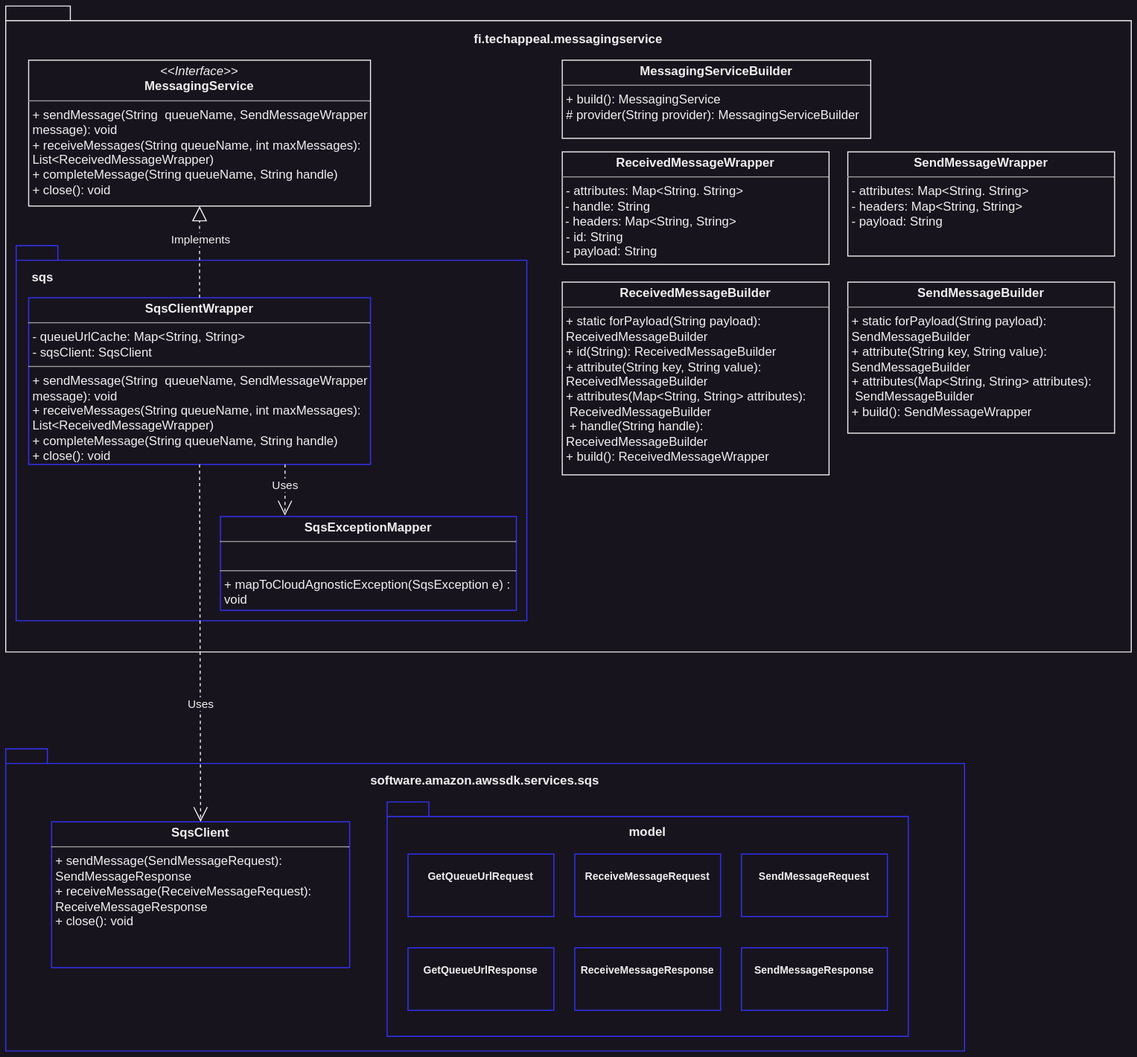
lampsa/messaging-service keeps this draw.io diagram as assets/class_diagram.svg. Above is the earlier version. Source tidied: cells renumbered, new cells last; positions are measured from the earlier drawing's top-left corner, leaving out a move shared by most shapes.
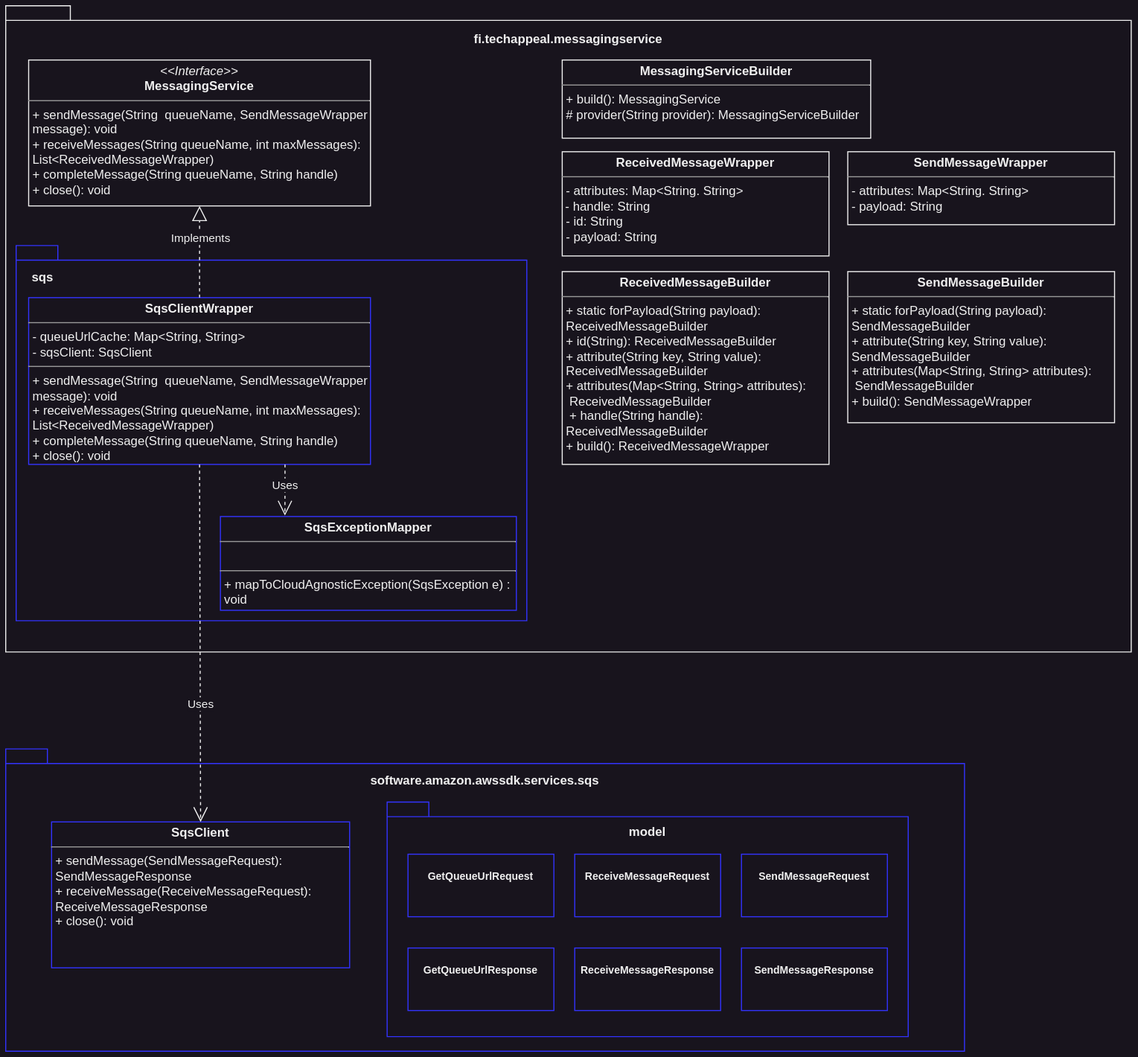
After the change.

Change to the diagram source:
```diff
@@ -35,8 +35,8 @@
     <mxCell id="12" value="&lt;p style=&quot;margin: 4px 0px 0px; text-align: center; font-size: 10px;&quot;&gt;&lt;br style=&quot;font-size: 10px;&quot;&gt;&lt;b style=&quot;font-size: 10px;&quot;&gt;SendMessageResponse&lt;/b&gt;&lt;/p&gt;" style="verticalAlign=top;align=left;overflow=fill;fontSize=10;fontFamily=Helvetica;html=1;whiteSpace=wrap;strokeColor=#3333FF;" parent="1" vertex="1">
       <mxGeometry x="706" y="904" width="140" height="60" as="geometry" />
     </mxCell>
-    <mxCell id="13" value="&lt;p style=&quot;margin:0px;margin-top:4px;text-align:center;&quot;&gt;&lt;b&gt;ReceivedMessageWrapper&lt;/b&gt;&lt;/p&gt;&lt;hr size=&quot;1&quot;&gt;&lt;p style=&quot;margin: 0px 0px 0px 4px;&quot;&gt;- attributes: Map&amp;lt;String. String&amp;gt;&lt;/p&gt;&lt;div&gt;&amp;nbsp;- handle: String&lt;br&gt;&lt;/div&gt;&lt;div&gt;&amp;nbsp;- headers: Map&amp;lt;String, String&amp;gt;&lt;/div&gt;&lt;p style=&quot;margin:0px;margin-left:4px;&quot;&gt;- id: String&lt;/p&gt;&lt;p style=&quot;margin:0px;margin-left:4px;&quot;&gt;&lt;span style=&quot;background-color: initial;&quot;&gt;- payload: String&lt;/span&gt;&lt;br&gt;&lt;/p&gt;&lt;p style=&quot;margin:0px;margin-left:4px;&quot;&gt;&lt;br&gt;&lt;/p&gt;" style="verticalAlign=top;align=left;overflow=fill;fontSize=12;fontFamily=Helvetica;html=1;whiteSpace=wrap;" parent="1" vertex="1">
-      <mxGeometry x="534" y="140" width="256" height="108" as="geometry" />
+    <mxCell id="13" value="&lt;p style=&quot;margin:0px;margin-top:4px;text-align:center;&quot;&gt;&lt;b&gt;ReceivedMessageWrapper&lt;/b&gt;&lt;/p&gt;&lt;hr size=&quot;1&quot;&gt;&lt;p style=&quot;margin: 0px 0px 0px 4px;&quot;&gt;- attributes: Map&amp;lt;String. String&amp;gt;&lt;/p&gt;&lt;div&gt;&amp;nbsp;- handle: String&lt;/div&gt;&lt;p style=&quot;margin:0px;margin-left:4px;&quot;&gt;- id: String&lt;/p&gt;&lt;p style=&quot;margin:0px;margin-left:4px;&quot;&gt;&lt;span style=&quot;background-color: initial;&quot;&gt;- payload: String&lt;/span&gt;&lt;br&gt;&lt;/p&gt;&lt;p style=&quot;margin:0px;margin-left:4px;&quot;&gt;&lt;br&gt;&lt;/p&gt;" style="verticalAlign=top;align=left;overflow=fill;fontSize=12;fontFamily=Helvetica;html=1;whiteSpace=wrap;" parent="1" vertex="1">
+      <mxGeometry x="534" y="140" width="256" height="100" as="geometry" />
     </mxCell>
     <mxCell id="14" value="sqs" style="shape=folder;fontStyle=1;spacingTop=0;tabWidth=40;tabHeight=14;tabPosition=left;html=1;labelPosition=left;verticalLabelPosition=top;align=right;verticalAlign=bottom;spacingLeft=0;spacingBottom=-38;spacing=0;spacingRight=-35;strokeColor=#3333FF;" parent="1" vertex="1">
       <mxGeometry x="10" y="230" width="490" height="360" as="geometry" />
@@ -56,13 +56,13 @@
       <mxGeometry x="0.34" relative="1" as="geometry" />
     </mxCell>
     <mxCell id="19" value="&lt;p style=&quot;margin:0px;margin-top:4px;text-align:center;&quot;&gt;&lt;b&gt;SendMessageBuilder&lt;/b&gt;&lt;/p&gt;&lt;hr size=&quot;1&quot;&gt;&lt;p style=&quot;margin: 0px 0px 0px 4px;&quot;&gt;+ static forPayload(String payload):&amp;nbsp;&lt;/p&gt;&lt;p style=&quot;margin:0px;margin-left:4px;&quot;&gt;SendMessageBuilder&lt;br&gt;&lt;/p&gt;&lt;p style=&quot;margin: 0px 0px 0px 4px;&quot;&gt;+ attribute(String key, String value):&amp;nbsp;&lt;/p&gt;&lt;p style=&quot;margin:0px;margin-left:4px;&quot;&gt;SendMessageBuilder&lt;/p&gt;&lt;p style=&quot;margin: 0px 0px 0px 4px;&quot;&gt;+ attributes(Map&amp;lt;String, String&amp;gt; attributes):&amp;nbsp;&lt;/p&gt;&lt;p style=&quot;margin:0px;margin-left:4px;&quot;&gt;&amp;nbsp;SendMessageBuilder&lt;br&gt;&lt;/p&gt;&lt;p style=&quot;margin:0px;margin-left:4px;&quot;&gt;+ build(): SendMessageWrapper&lt;/p&gt;" style="verticalAlign=top;align=left;overflow=fill;fontSize=12;fontFamily=Helvetica;html=1;whiteSpace=wrap;" parent="1" vertex="1">
-      <mxGeometry x="808" y="265" width="256" height="145" as="geometry" />
+      <mxGeometry x="808" y="255" width="256" height="145" as="geometry" />
     </mxCell>
-    <mxCell id="20" value="&lt;p style=&quot;margin:0px;margin-top:4px;text-align:center;&quot;&gt;&lt;b&gt;SendMessageWrapper&lt;/b&gt;&lt;/p&gt;&lt;hr size=&quot;1&quot;&gt;&lt;p style=&quot;margin:0px;margin-left:4px;&quot;&gt;&lt;span style=&quot;background-color: initial;&quot;&gt;- attributes: Map&amp;lt;String. String&amp;gt;&lt;/span&gt;&lt;br&gt;&lt;/p&gt;&lt;p style=&quot;margin:0px;margin-left:4px;&quot;&gt;&lt;span style=&quot;background-color: initial;&quot;&gt;- headers: Map&amp;lt;String, String&amp;gt;&lt;/span&gt;&lt;/p&gt;&lt;p style=&quot;margin:0px;margin-left:4px;&quot;&gt;- payload: String&lt;/p&gt;&lt;p style=&quot;margin:0px;margin-left:4px;&quot;&gt;&lt;br&gt;&lt;/p&gt;" style="verticalAlign=top;align=left;overflow=fill;fontSize=12;fontFamily=Helvetica;html=1;whiteSpace=wrap;" parent="1" vertex="1">
-      <mxGeometry x="808" y="140" width="256" height="100" as="geometry" />
+    <mxCell id="20" value="&lt;p style=&quot;margin:0px;margin-top:4px;text-align:center;&quot;&gt;&lt;b&gt;SendMessageWrapper&lt;/b&gt;&lt;/p&gt;&lt;hr size=&quot;1&quot;&gt;&lt;p style=&quot;margin:0px;margin-left:4px;&quot;&gt;&lt;span style=&quot;background-color: initial;&quot;&gt;- attributes: Map&amp;lt;String. String&amp;gt;&lt;/span&gt;&lt;br&gt;&lt;/p&gt;&lt;p style=&quot;margin:0px;margin-left:4px;&quot;&gt;&lt;span style=&quot;background-color: initial;&quot;&gt;- payload: String&lt;/span&gt;&lt;br&gt;&lt;/p&gt;&lt;p style=&quot;margin:0px;margin-left:4px;&quot;&gt;&lt;br&gt;&lt;/p&gt;" style="verticalAlign=top;align=left;overflow=fill;fontSize=12;fontFamily=Helvetica;html=1;whiteSpace=wrap;" parent="1" vertex="1">
+      <mxGeometry x="808" y="140" width="256" height="70" as="geometry" />
     </mxCell>
     <mxCell id="21" value="&lt;p style=&quot;margin:0px;margin-top:4px;text-align:center;&quot;&gt;&lt;b&gt;ReceivedMessageBuilder&lt;/b&gt;&lt;/p&gt;&lt;hr size=&quot;1&quot;&gt;&lt;p style=&quot;margin: 0px 0px 0px 4px;&quot;&gt;+ static forPayload(String payload):&amp;nbsp;&lt;/p&gt;&lt;p style=&quot;margin: 0px 0px 0px 4px;&quot;&gt;ReceivedMessageBuilder&lt;/p&gt;&lt;p style=&quot;margin: 0px 0px 0px 4px;&quot;&gt;+ id(String): ReceivedMessageBuilder&lt;/p&gt;&lt;p style=&quot;margin: 0px 0px 0px 4px;&quot;&gt;+ attribute(String key, String value):&amp;nbsp;&lt;/p&gt;&lt;p style=&quot;margin: 0px 0px 0px 4px;&quot;&gt;ReceivedMessageBuilder&lt;/p&gt;&lt;p style=&quot;margin: 0px 0px 0px 4px;&quot;&gt;+ attributes(Map&amp;lt;String, String&amp;gt; attributes):&amp;nbsp;&lt;/p&gt;&lt;p style=&quot;margin: 0px 0px 0px 4px;&quot;&gt;&amp;nbsp;ReceivedMessageBuilder&lt;br&gt;&amp;nbsp;+ handle(String handle): ReceivedMessageBuilder&lt;br&gt;&lt;/p&gt;&lt;p style=&quot;margin: 0px 0px 0px 4px;&quot;&gt;+ build(): ReceivedMessageWrapper&lt;/p&gt;" style="verticalAlign=top;align=left;overflow=fill;fontSize=12;fontFamily=Helvetica;html=1;whiteSpace=wrap;" parent="1" vertex="1">
-      <mxGeometry x="534" y="265" width="256" height="185" as="geometry" />
+      <mxGeometry x="534" y="255" width="256" height="185" as="geometry" />
     </mxCell>
     <mxCell id="22" value="&lt;p style=&quot;margin:0px;margin-top:4px;text-align:center;&quot;&gt;&lt;b&gt;MessagingServiceBuilder&lt;/b&gt;&lt;/p&gt;&lt;hr size=&quot;1&quot;&gt;&lt;p style=&quot;margin: 0px 0px 0px 4px;&quot;&gt;+&amp;nbsp;&lt;span style=&quot;background-color: initial;&quot;&gt;build(): MessagingService&lt;/span&gt;&lt;/p&gt;&lt;p style=&quot;margin: 0px 0px 0px 4px;&quot;&gt;&lt;span style=&quot;background-color: initial;&quot;&gt;# provider(String provider): MessagingServiceBuilder&lt;/span&gt;&lt;/p&gt;" style="verticalAlign=top;align=left;overflow=fill;fontSize=12;fontFamily=Helvetica;html=1;whiteSpace=wrap;" parent="1" vertex="1">
       <mxGeometry x="534" y="52" width="296" height="75" as="geometry" />
```
